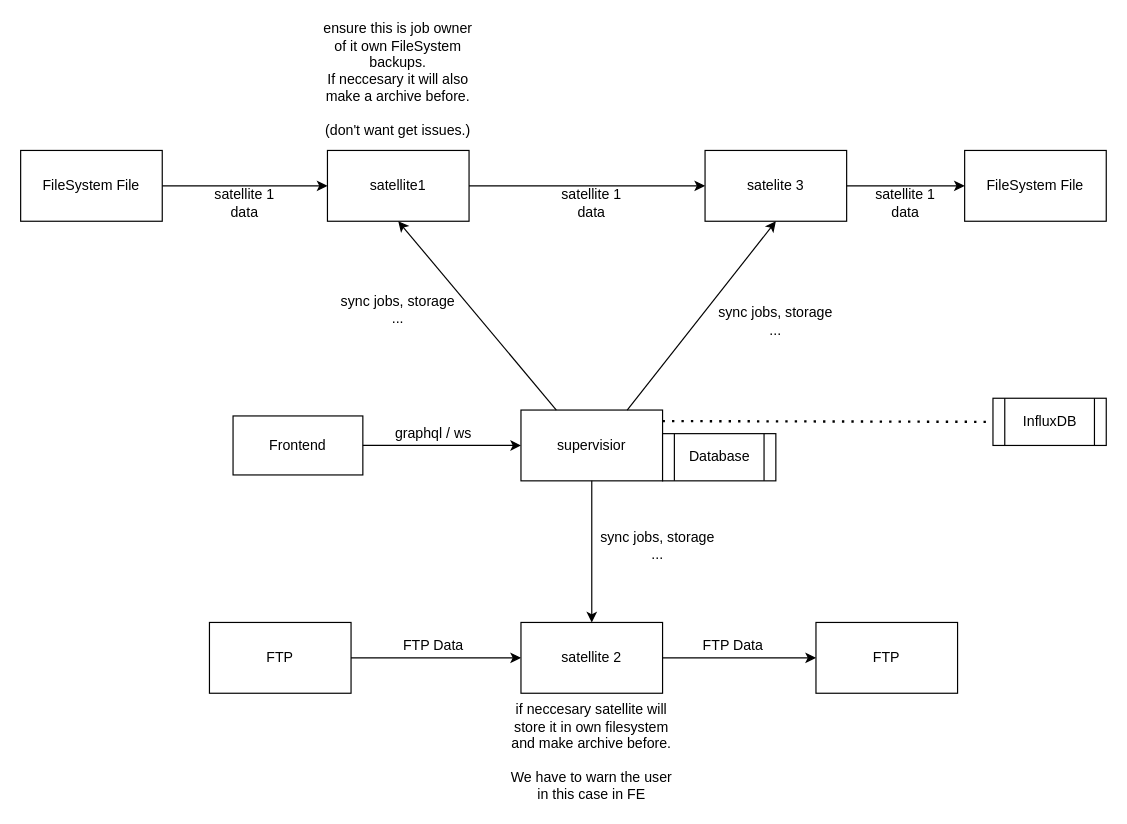
Kroseida/slixx keeps this draw.io diagram as concept/supervisior-satelite.drawio. Above is the earlier version. Source tidied: cells renumbered, new cells numbered last; positions are measured from the earlier drawing's top-left corner, leaving out a move shared by most shapes. Both pictures are drawn from the tidied source at 118%, with x=0, y=0 at pixel (20, 20).
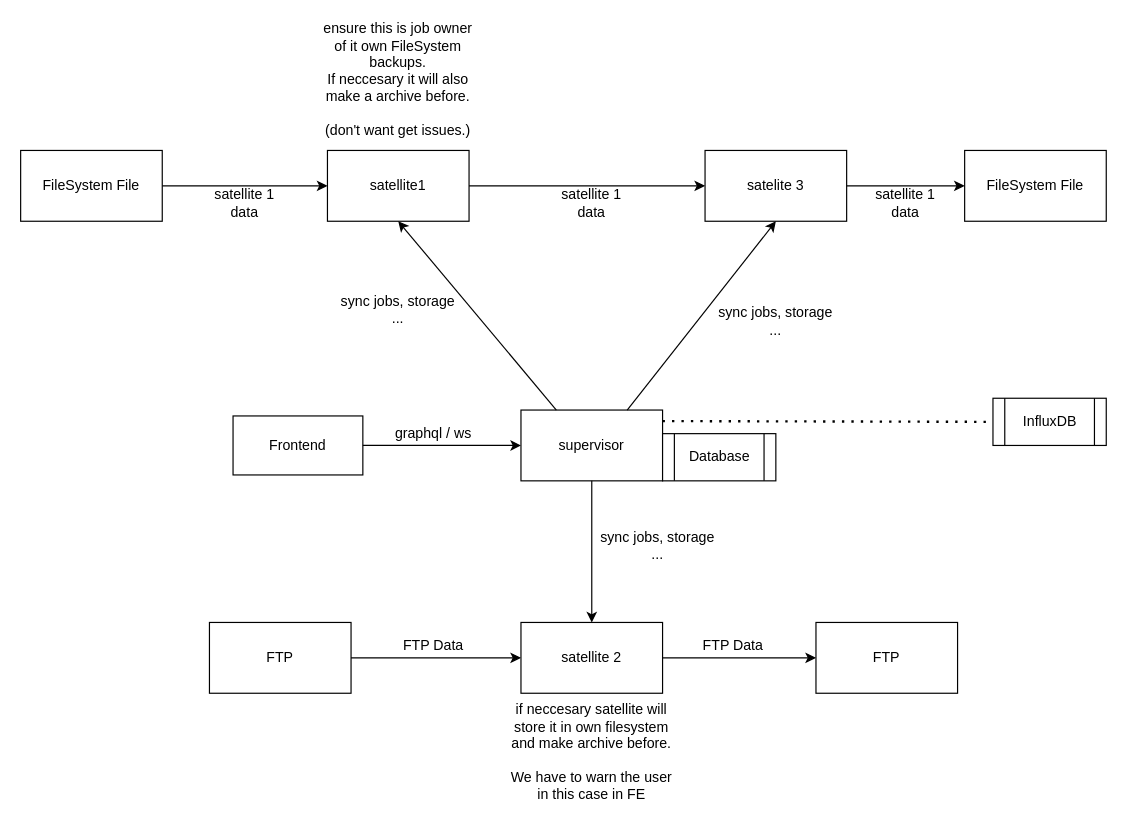
The same diagram, later.

The edit, as a diff of the source:
```diff
@@
-    <mxCell id="2" value="supervisior" style="rounded=0;whiteSpace=wrap;html=1;" parent="1" vertex="1">
+    <mxCell id="2" value="supervisor" style="rounded=0;whiteSpace=wrap;html=1;" parent="1" vertex="1">
       <mxGeometry x="424" y="330" width="120" height="60" as="geometry" />
     </mxCell>
```
